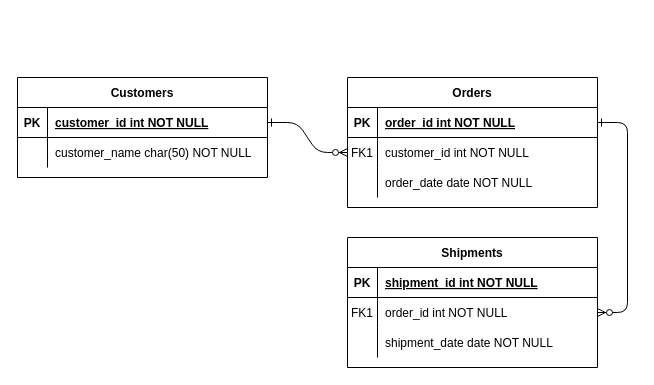
The draw.io diagram Untitled Diagram.drawio in Thalitachargel/dataShawol, before the edit. Source tidied: cells renumbered, new cells numbered last; positions are measured from the earlier drawing's top-left corner, leaving out a move shared by most shapes. Both pictures are drawn from the tidied source at 100%, with x=0, y=0 at pixel (17, 77).
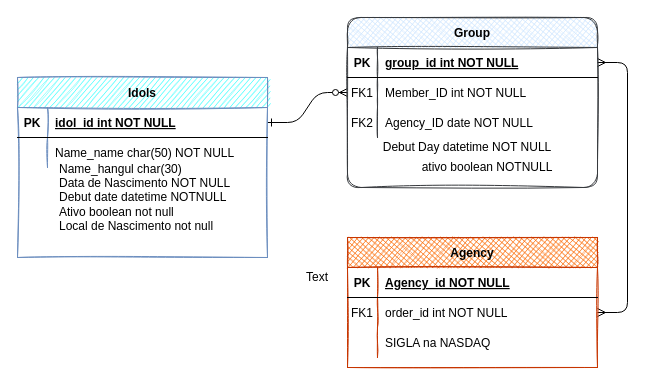
The same page after the edit.

The change refers to these unchanged cells:
```xml
<mxCell id="5" style="shape=partialRectangle;fillColor=none;points=[[0,0.5],[1,0.5]];portConstraint=eastwest;top=0;left=0;right=0;bottom=1;" parent="4" vertex="1">
  <mxGeometry y="30" width="250" height="30" as="geometry" />
</mxCell>
<mxCell id="8" style="shape=partialRectangle;fillColor=none;points=[[0,0.5],[1,0.5]];portConstraint=eastwest;top=0;left=0;right=0;bottom=0;" parent="4" vertex="1">
  <mxGeometry y="60" width="250" height="30" as="geometry" />
</mxCell>
<mxCell id="11" style="shape=partialRectangle;fillColor=none;top=0;left=0;right=0;bottom=0;" parent="4" vertex="1">
  <mxGeometry y="90" width="250" height="30" as="geometry" />
</mxCell>
<mxCell id="15" style="shape=partialRectangle;fillColor=none;top=0;left=0;right=0;bottom=1;" parent="14" vertex="1">
  <mxGeometry y="30" width="250" height="30" as="geometry" />
</mxCell>
<mxCell id="18" style="shape=partialRectangle;fillColor=none;points=[[0,0.5],[1,0.5]];portConstraint=eastwest;top=0;left=0;right=0;bottom=0;" parent="14" vertex="1">
  <mxGeometry y="60" width="250" height="30" as="geometry" />
</mxCell>
<mxCell id="21" style="shape=partialRectangle;fillColor=none;top=0;left=0;right=0;bottom=0;" parent="14" vertex="1">
  <mxGeometry y="90" width="250" height="30" as="geometry" />
</mxCell>
<mxCell id="25" style="shape=partialRectangle;fillColor=none;points=[[0,0.5],[1,0.5]];portConstraint=eastwest;top=0;left=0;right=0;bottom=1;" parent="24" vertex="1">
  <mxGeometry y="30" width="250" height="30" as="geometry" />
</mxCell>
<mxCell id="28" style="shape=partialRectangle;fillColor=none;top=0;left=0;right=0;bottom=0;" parent="24" vertex="1">
  <mxGeometry y="60" width="250" height="30" as="geometry" />
</mxCell>
```

What changed in the source:
```diff
@@
-    <mxCell id="3" style="edgeStyle=entityRelationEdgeStyle;endArrow=ERzeroToMany;startArrow=ERone;endFill=1;startFill=0;" parent="1" edge="1" source="5" target="18">
+    <mxCell id="3" style="edgeStyle=entityRelationEdgeStyle;endArrow=ERmany;startArrow=ERmany;endFill=0;startFill=0;" parent="1" edge="1" source="5" target="18">
       <mxGeometry relative="1" as="geometry" />
     </mxCell>
-    <mxCell id="4" value="Orders" style="shape=table;startSize=30;childLayout=tableLayout;rowLines=0;fontStyle=1;align=center;" parent="1" vertex="1">
-      <mxGeometry x="330" width="250" height="130" as="geometry" />
+    <mxCell id="4" value="Group" style="shape=table;startSize=30;childLayout=tableLayout;rowLines=0;fontStyle=1;align=center;fillColor=#cce5ff;strokeColor=#36393d;gradientColor=#FF99CC;rounded=1;sketch=1;fillStyle=cross-hatch;" parent="1" vertex="1">
+      <mxGeometry x="330" y="-60" width="250" height="170" as="geometry" />
     </mxCell>
@@
-    <mxCell id="7" value="order_id int NOT NULL " style="shape=partialRectangle;overflow=hidden;fillColor=none;top=0;left=0;bottom=0;right=0;align=left;spacingLeft=6;fontStyle=5;" parent="5" vertex="1">
+    <mxCell id="7" value="group_id int NOT NULL " style="shape=partialRectangle;overflow=hidden;fillColor=none;top=0;left=0;bottom=0;right=0;align=left;spacingLeft=6;fontStyle=5;" parent="5" vertex="1">
       <mxGeometry x="30" width="220" height="30" as="geometry" />
     </mxCell>
@@
-    <mxCell id="10" value="customer_id int NOT NULL" style="shape=partialRectangle;overflow=hidden;fillColor=none;top=0;left=0;bottom=0;right=0;align=left;spacingLeft=6;" parent="8" vertex="1">
+    <mxCell id="10" value="Member_ID int NOT NULL" style="shape=partialRectangle;overflow=hidden;fillColor=none;top=0;left=0;bottom=0;right=0;align=left;spacingLeft=6;" parent="8" vertex="1">
       <mxGeometry x="30" width="220" height="30" as="geometry" />
     </mxCell>
@@
-    <mxCell id="12" style="shape=partialRectangle;overflow=hidden;fillColor=none;top=0;left=0;bottom=0;right=0;" parent="11" vertex="1">
+    <mxCell id="12" value="FK2" style="shape=partialRectangle;overflow=hidden;fillColor=none;top=0;left=0;bottom=0;right=0;" parent="11" vertex="1">
       <mxGeometry width="30" height="30" as="geometry" />
     </mxCell>
-    <mxCell id="13" value="order_date date NOT NULL" style="shape=partialRectangle;overflow=hidden;fillColor=none;top=0;left=0;bottom=0;right=0;align=left;spacingLeft=6;" parent="11" vertex="1">
+    <mxCell id="13" value="Agency_ID date NOT NULL" style="shape=partialRectangle;overflow=hidden;fillColor=none;top=0;left=0;bottom=0;right=0;align=left;spacingLeft=6;" parent="11" vertex="1">
       <mxGeometry x="30" width="220" height="30" as="geometry" />
     </mxCell>
-    <mxCell id="14" value="Shipments" style="shape=table;startSize=30;childLayout=tableLayout;rowLines=0;fontStyle=1;align=center;" parent="1" vertex="1">
+    <mxCell id="14" value="Agency" style="shape=table;startSize=30;childLayout=tableLayout;rowLines=0;fontStyle=1;align=center;fillColor=#fa6800;strokeColor=#C73500;fontColor=#000000;gradientColor=#FF66B3;sketch=1;fillStyle=cross-hatch;" parent="1" vertex="1">
       <mxGeometry x="330" y="160" width="250" height="130" as="geometry" />
     </mxCell>
@@
-    <mxCell id="17" value="shipment_id int NOT NULL " style="shape=partialRectangle;overflow=hidden;fillColor=none;top=0;left=0;bottom=0;right=0;align=left;spacingLeft=6;fontStyle=5;" parent="15" vertex="1">
+    <mxCell id="17" value="Agency_id NOT NULL " style="shape=partialRectangle;overflow=hidden;fillColor=none;top=0;left=0;bottom=0;right=0;align=left;spacingLeft=6;fontStyle=5;" parent="15" vertex="1">
       <mxGeometry x="30" width="220" height="30" as="geometry" />
     </mxCell>
@@
-    <mxCell id="23" value="shipment_date date NOT NULL" style="shape=partialRectangle;overflow=hidden;fillColor=none;top=0;left=0;bottom=0;right=0;align=left;spacingLeft=6;" parent="21" vertex="1">
+    <mxCell id="23" value="SIGLA na NASDAQ" style="shape=partialRectangle;overflow=hidden;fillColor=none;top=0;left=0;bottom=0;right=0;align=left;spacingLeft=6;" parent="21" vertex="1">
       <mxGeometry x="30" width="220" height="30" as="geometry" />
     </mxCell>
-    <mxCell id="24" value="Customers" style="shape=table;startSize=30;childLayout=tableLayout;rowLines=0;fontStyle=1;align=center;" parent="1" vertex="1">
-      <mxGeometry width="250" height="100" as="geometry" />
+    <mxCell id="24" value="Idols" style="shape=table;startSize=30;childLayout=tableLayout;rowLines=0;fontStyle=1;align=center;strokeColor=#6c8ebf;fillColor=#33FFFF;gradientColor=#66FFFF;sketch=1;fillStyle=hachure;" parent="1" vertex="1">
+      <mxGeometry width="250" height="180" as="geometry" />
     </mxCell>
@@
-    <mxCell id="27" value="customer_id int NOT NULL " style="shape=partialRectangle;overflow=hidden;fillColor=none;top=0;left=0;bottom=0;right=0;align=left;spacingLeft=6;fontStyle=5;" parent="25" vertex="1">
+    <mxCell id="27" value="idol_id int NOT NULL " style="shape=partialRectangle;overflow=hidden;fillColor=none;top=0;left=0;bottom=0;right=0;align=left;spacingLeft=6;fontStyle=5;" parent="25" vertex="1">
       <mxGeometry x="30" width="220" height="30" as="geometry" />
     </mxCell>
@@
-    <mxCell id="30" value="customer_name char(50) NOT NULL" style="shape=partialRectangle;overflow=hidden;fillColor=none;top=0;left=0;bottom=0;right=0;align=left;spacingLeft=6;" parent="28" vertex="1">
+    <mxCell id="30" value="Name_name char(50) NOT NULL" style="shape=partialRectangle;overflow=hidden;fillColor=none;top=0;left=0;bottom=0;right=0;align=left;spacingLeft=6;" parent="28" vertex="1">
       <mxGeometry x="30" width="220" height="30" as="geometry" />
     </mxCell>
+    <mxCell id="31" value="Text" style="text;html=1;strokeColor=none;fillColor=none;align=center;verticalAlign=middle;whiteSpace=wrap;rounded=0;" parent="1" vertex="1">
+      <mxGeometry x="280" y="190" width="40" height="20" as="geometry" />
+    </mxCell>
+    <mxCell id="32" value="Name_hangul char(30)&amp;nbsp;&lt;br&gt;Data de Nascimento NOT NULL&lt;br&gt;Debut date datetime NOTNULL&lt;br&gt;Ativo boolean not null&lt;br&gt;Local de Nascimento not null" style="text;html=1;strokeColor=none;fillColor=none;align=left;verticalAlign=middle;whiteSpace=wrap;rounded=0;" parent="1" vertex="1">
+      <mxGeometry x="40" y="80" width="190" height="80" as="geometry" />
+    </mxCell>
+    <mxCell id="33" value="Debut Day datetime NOT NULL&lt;br&gt;" style="text;html=1;strokeColor=none;fillColor=none;align=center;verticalAlign=middle;whiteSpace=wrap;rounded=0;" parent="1" vertex="1">
+      <mxGeometry x="350" y="60" width="200" height="20" as="geometry" />
+    </mxCell>
+    <mxCell id="34" value="ativo boolean NOTNULL" style="text;html=1;strokeColor=none;fillColor=none;align=center;verticalAlign=middle;whiteSpace=wrap;rounded=0;" parent="1" vertex="1">
+      <mxGeometry x="360" y="80" width="220" height="20" as="geometry" />
+    </mxCell>
```
